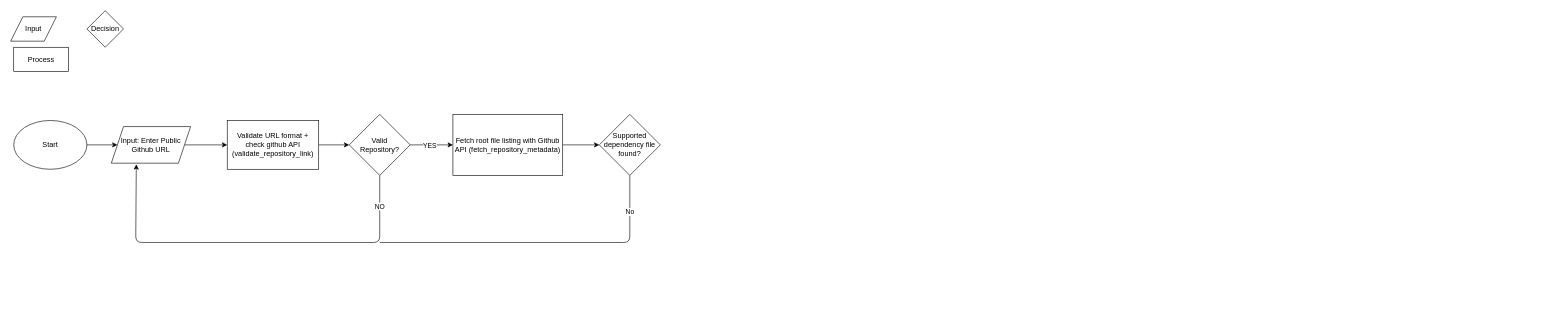
This is dependency_reader/script_flowchart.drawio from Torres08/MICAC_SoA_2026_SH, a draw.io file, before an edit. Source tidied: cells renumbered, new cells numbered last; positions are measured from the earlier drawing's top-left corner, leaving out a move shared by most shapes. Both pictures are drawn from the tidied source at 61%, with x=0, y=0 at pixel (10, 10).
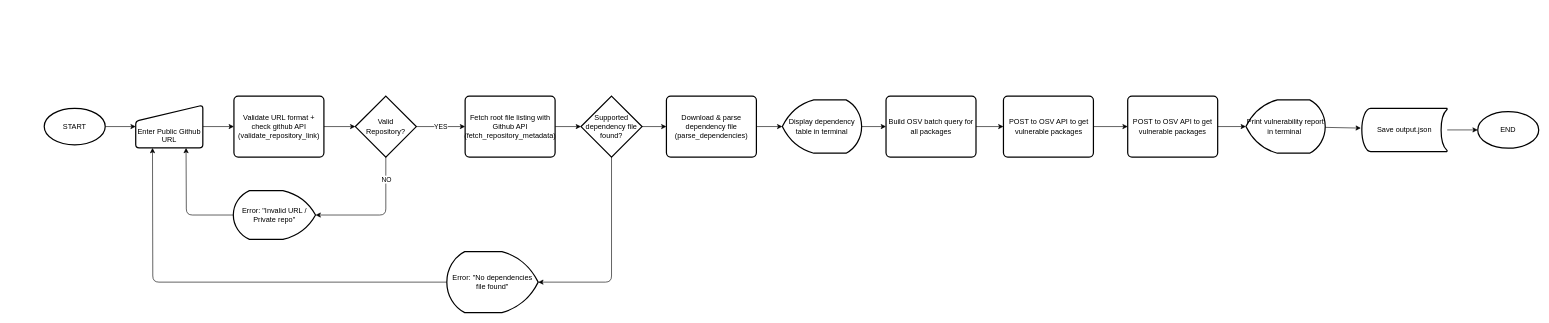
The same page after the edit.

Commit message (it also covers changes not shown here):
feat: adding the flowchart of API and python script

What changed in the source:
```diff
@@
-    <mxCell id="2" style="edgeStyle=none;html=1;entryX=0;entryY=0.5;entryDx=0;entryDy=0;" parent="1" edge="1" source="3" target="5">
-      <mxGeometry relative="1" as="geometry" />
-    </mxCell>
-    <mxCell id="3" value="Start" style="ellipse;whiteSpace=wrap;html=1;" parent="1" vertex="1">
-      <mxGeometry x="5" y="180" width="120" height="80" as="geometry" />
-    </mxCell>
-    <mxCell id="4" style="edgeStyle=none;html=1;entryX=0;entryY=0.5;entryDx=0;entryDy=0;" parent="1" edge="1" source="5" target="12">
-      <mxGeometry relative="1" as="geometry" />
-    </mxCell>
-    <mxCell id="5" value="Input: Enter Public Github URL" style="shape=parallelogram;perimeter=parallelogramPerimeter;whiteSpace=wrap;html=1;fixedSize=1;" parent="1" vertex="1">
-      <mxGeometry x="165" y="190" width="130" height="60" as="geometry" />
-    </mxCell>
-    <mxCell id="6" style="edgeStyle=none;html=1;entryX=0.315;entryY=1.031;entryDx=0;entryDy=0;entryPerimeter=0;" parent="1" edge="1" source="10" target="5">
-      <mxGeometry relative="1" as="geometry">
-        <Array as="points">
-          <mxPoint x="605" y="380" />
-          <mxPoint x="205" y="380" />
-        </Array>
-      </mxGeometry>
-    </mxCell>
+    <mxCell id="20" style="edgeStyle=none;html=1;entryX=0;entryY=0.5;entryDx=0;entryDy=0;" parent="1" edge="1" source="21" target="23">
+      <mxGeometry relative="1" as="geometry" />
+    </mxCell>
+    <mxCell id="21" value="START" style="strokeWidth=2;html=1;shape=mxgraph.flowchart.start_1;whiteSpace=wrap;" parent="1" vertex="1">
+      <mxGeometry x="55" y="160" width="100" height="60" as="geometry" />
+    </mxCell>
+    <mxCell id="22" style="edgeStyle=none;html=1;" parent="1" edge="1" source="23" target="12">
+      <mxGeometry relative="1" as="geometry" />
+    </mxCell>
+    <mxCell id="23" value="&lt;br&gt;&lt;br&gt;Enter Public Github URL" style="html=1;strokeWidth=2;shape=manualInput;whiteSpace=wrap;rounded=1;size=26;arcSize=11;" parent="1" vertex="1">
+      <mxGeometry x="205" y="155" width="110" height="70" as="geometry" />
+    </mxCell>
+    <mxCell id="11" style="edgeStyle=none;html=1;entryX=0;entryY=0.5;entryDx=0;entryDy=0;entryPerimeter=0;" parent="1" edge="1" source="12" target="10">
+      <mxGeometry relative="1" as="geometry" />
+    </mxCell>
+    <mxCell id="12" value="Validate URL format + check github API (validate_repository_link)" style="rounded=1;whiteSpace=wrap;html=1;absoluteArcSize=1;arcSize=14;strokeWidth=2;" parent="1" vertex="1">
+      <mxGeometry x="366" y="140" width="147.5" height="100" as="geometry" />
+    </mxCell>
+    <mxCell id="24" style="edgeStyle=none;html=1;entryX=0;entryY=0.5;entryDx=0;entryDy=0;entryPerimeter=0;" parent="1" edge="1" source="10" target="26">
+      <mxGeometry relative="1" as="geometry">
+        <Array as="points">
+          <mxPoint x="615" y="335" />
+        </Array>
+      </mxGeometry>
+    </mxCell>
-    <mxCell id="7" value="NO" style="edgeLabel;html=1;align=center;verticalAlign=middle;" parent="6" vertex="1">
-      <mxGeometry x="0.07" y="1" relative="1" as="geometry">
-        <mxPoint x="230" y="-61" as="offset" />
+    <mxCell id="7" value="NO" style="edgeLabel;html=1;align=center;verticalAlign=middle;" parent="24" vertex="1">
+      <mxGeometry x="-0.3" y="-3" relative="1" as="geometry">
+        <mxPoint x="3" y="-38" as="offset" />
       </mxGeometry>
     </mxCell>
-    <mxCell id="8" style="edgeStyle=none;html=1;entryX=0;entryY=0.5;entryDx=0;entryDy=0;" parent="1" edge="1" source="10" target="17">
-      <mxGeometry relative="1" as="geometry" />
-    </mxCell>
-    <mxCell id="9" value="YES" style="edgeLabel;html=1;align=center;verticalAlign=middle;" parent="8" vertex="1">
-      <mxGeometry x="-0.38" y="-1" relative="1" as="geometry">
-        <mxPoint x="9" y="-1" as="offset" />
-      </mxGeometry>
+    <mxCell id="9" value="YES" style="edgeStyle=none;html=1;entryX=0;entryY=0.5;entryDx=0;entryDy=0;" parent="1" edge="1" source="10" target="17">
+      <mxGeometry relative="1" as="geometry" />
     </mxCell>
-    <mxCell id="10" value="Valid&#10;Repository?" style="rhombus;whiteSpace=wrap;html=1;" parent="1" vertex="1">
-      <mxGeometry x="555" y="170" width="100" height="100" as="geometry" />
+    <mxCell id="10" value="Valid&lt;br&gt;Repository?" style="strokeWidth=2;html=1;shape=mxgraph.flowchart.decision;whiteSpace=wrap;" parent="1" vertex="1">
+      <mxGeometry x="565" y="140" width="100" height="100" as="geometry" />
     </mxCell>
-    <mxCell id="11" style="edgeStyle=none;html=1;entryX=0;entryY=0.5;entryDx=0;entryDy=0;" parent="1" edge="1" source="12" target="10">
-      <mxGeometry relative="1" as="geometry" />
-    </mxCell>
-    <mxCell id="12" value="Validate URL format + check github API (validate_repository_link)" style="rounded=0;whiteSpace=wrap;html=1;" parent="1" vertex="1">
-      <mxGeometry x="355" y="180" width="150" height="80" as="geometry" />
-    </mxCell>
-    <mxCell id="13" value="Input" style="shape=parallelogram;perimeter=parallelogramPerimeter;whiteSpace=wrap;html=1;fixedSize=1;" parent="1" vertex="1">
-      <mxGeometry y="10" width="75" height="40" as="geometry" />
-    </mxCell>
-    <mxCell id="14" value="Process" style="rounded=0;whiteSpace=wrap;html=1;" parent="1" vertex="1">
-      <mxGeometry x="5" y="60" width="90" height="40" as="geometry" />
-    </mxCell>
-    <mxCell id="15" value="Decision" style="rhombus;whiteSpace=wrap;html=1;" parent="1" vertex="1">
-      <mxGeometry x="125" width="60" height="60" as="geometry" />
-    </mxCell>
+    <mxCell id="25" style="edgeStyle=none;html=1;entryX=0.75;entryY=1;entryDx=0;entryDy=0;" parent="1" edge="1" source="26" target="23">
+      <mxGeometry relative="1" as="geometry">
+        <Array as="points">
+          <mxPoint x="288" y="335" />
+        </Array>
+      </mxGeometry>
+    </mxCell>
+    <mxCell id="26" value="Error: &quot;Invalid URL / Private repo&quot;" style="strokeWidth=2;html=1;shape=mxgraph.flowchart.display;whiteSpace=wrap;direction=west;" parent="1" vertex="1">
+      <mxGeometry x="365" y="295" width="134.8" height="80" as="geometry" />
+    </mxCell>
-    <mxCell id="16" style="edgeStyle=none;html=1;entryX=0;entryY=0.5;entryDx=0;entryDy=0;" parent="1" edge="1" source="17" target="18">
+    <mxCell id="16" style="edgeStyle=none;html=1;entryX=0;entryY=0.5;entryDx=0;entryDy=0;entryPerimeter=0;" parent="1" edge="1" source="17" target="18">
       <mxGeometry relative="1" as="geometry" />
     </mxCell>
-    <mxCell id="17" value="Fetch root file listing with Github API (fetch_repository_metadata)" style="rounded=0;whiteSpace=wrap;html=1;" parent="1" vertex="1">
-      <mxGeometry x="725" y="170" width="180" height="100" as="geometry" />
+    <mxCell id="17" value="Fetch root file listing with Github API (fetch_repository_metadata)" style="rounded=1;whiteSpace=wrap;html=1;absoluteArcSize=1;arcSize=14;strokeWidth=2;" parent="1" vertex="1">
+      <mxGeometry x="745" y="140" width="147.5" height="100" as="geometry" />
     </mxCell>
+    <mxCell id="27" style="edgeStyle=none;html=1;entryX=0;entryY=0.5;entryDx=0;entryDy=0;entryPerimeter=0;" parent="1" edge="1" source="18" target="30">
+      <mxGeometry relative="1" as="geometry">
+        <Array as="points">
+          <mxPoint x="985" y="445" />
+        </Array>
+      </mxGeometry>
+    </mxCell>
+    <mxCell id="28" style="edgeStyle=none;html=1;entryX=0;entryY=0.5;entryDx=0;entryDy=0;" parent="1" edge="1" source="18" target="32">
+      <mxGeometry relative="1" as="geometry" />
+    </mxCell>
-    <mxCell id="18" value="Supported dependency file found?" style="rhombus;whiteSpace=wrap;html=1;" parent="1" vertex="1">
-      <mxGeometry x="965" y="170" width="100" height="100" as="geometry" />
+    <mxCell id="18" value="Supported dependency file found?" style="strokeWidth=2;html=1;shape=mxgraph.flowchart.decision;whiteSpace=wrap;" parent="1" vertex="1">
+      <mxGeometry x="935" y="140" width="100" height="100" as="geometry" />
     </mxCell>
-    <mxCell id="19" value="No" style="endArrow=none;html=1;entryX=0.5;entryY=1;entryDx=0;entryDy=0;" parent="1" edge="1" target="18">
-      <mxGeometry x="0.77" relative="1" as="geometry">
-        <mxPoint x="605" y="380" as="sourcePoint" />
-        <Array as="points">
-          <mxPoint x="1015" y="380" />
-        </Array>
-      </mxGeometry>
-    </mxCell>
+    <mxCell id="29" style="edgeStyle=none;html=1;entryX=0.25;entryY=1;entryDx=0;entryDy=0;" parent="1" edge="1" source="30" target="23">
+      <mxGeometry relative="1" as="geometry">
+        <Array as="points">
+          <mxPoint x="233" y="445" />
+        </Array>
+      </mxGeometry>
+    </mxCell>
+    <mxCell id="30" value="Error: &quot;No dependencies file found&quot;" style="strokeWidth=2;html=1;shape=mxgraph.flowchart.display;whiteSpace=wrap;direction=west;" parent="1" vertex="1">
+      <mxGeometry x="715" y="395" width="149.8" height="100" as="geometry" />
+    </mxCell>
+    <mxCell id="31" style="edgeStyle=none;html=1;" parent="1" edge="1" source="32" target="34">
+      <mxGeometry relative="1" as="geometry" />
+    </mxCell>
+    <mxCell id="32" value="Download &amp;amp; parse dependency file (parse_dependencies)" style="rounded=1;whiteSpace=wrap;html=1;absoluteArcSize=1;arcSize=14;strokeWidth=2;" parent="1" vertex="1">
+      <mxGeometry x="1075" y="140" width="147.5" height="100" as="geometry" />
+    </mxCell>
+    <mxCell id="33" style="edgeStyle=none;html=1;entryX=0;entryY=0.5;entryDx=0;entryDy=0;" parent="1" edge="1" source="34" target="36">
+      <mxGeometry relative="1" as="geometry" />
+    </mxCell>
+    <mxCell id="34" value="Display dependency table in terminal" style="strokeWidth=2;html=1;shape=mxgraph.flowchart.display;whiteSpace=wrap;" parent="1" vertex="1">
+      <mxGeometry x="1265" y="146.2" width="130" height="87.5" as="geometry" />
+    </mxCell>
+    <mxCell id="35" style="edgeStyle=none;html=1;entryX=0;entryY=0.5;entryDx=0;entryDy=0;" parent="1" edge="1" source="36" target="38">
+      <mxGeometry relative="1" as="geometry" />
+    </mxCell>
+    <mxCell id="36" value="Build OSV batch query for all packages" style="rounded=1;whiteSpace=wrap;html=1;absoluteArcSize=1;arcSize=14;strokeWidth=2;" parent="1" vertex="1">
+      <mxGeometry x="1435" y="140" width="147.5" height="100" as="geometry" />
+    </mxCell>
+    <mxCell id="37" style="edgeStyle=none;html=1;entryX=0;entryY=0.5;entryDx=0;entryDy=0;" parent="1" edge="1" source="38" target="40">
+      <mxGeometry relative="1" as="geometry" />
+    </mxCell>
+    <mxCell id="38" value="POST to OSV API to get vulnerable packages" style="rounded=1;whiteSpace=wrap;html=1;absoluteArcSize=1;arcSize=14;strokeWidth=2;" parent="1" vertex="1">
+      <mxGeometry x="1627.5" y="140" width="147.5" height="100" as="geometry" />
+    </mxCell>
+    <mxCell id="39" style="edgeStyle=none;html=1;" parent="1" edge="1" source="40" target="42">
+      <mxGeometry relative="1" as="geometry" />
+    </mxCell>
+    <mxCell id="40" value="POST to OSV API to get vulnerable packages" style="rounded=1;whiteSpace=wrap;html=1;absoluteArcSize=1;arcSize=14;strokeWidth=2;" parent="1" vertex="1">
+      <mxGeometry x="1831.2" y="140" width="147.5" height="100" as="geometry" />
+    </mxCell>
+    <mxCell id="41" style="edgeStyle=none;html=1;entryX=0;entryY=0.5;entryDx=0;entryDy=0;" parent="1" edge="1" source="42">
+      <mxGeometry relative="1" as="geometry">
+        <mxPoint x="2213.4" y="192.5" as="targetPoint" />
+      </mxGeometry>
+    </mxCell>
+    <mxCell id="42" value="Print vulnerability report in terminal&amp;nbsp;" style="strokeWidth=2;html=1;shape=mxgraph.flowchart.display;whiteSpace=wrap;" parent="1" vertex="1">
+      <mxGeometry x="2025" y="146.2" width="130" height="87.5" as="geometry" />
+    </mxCell>
+    <mxCell id="43" style="edgeStyle=none;html=1;entryX=0;entryY=0.5;entryDx=0;entryDy=0;entryPerimeter=0;" parent="1" edge="1" source="44" target="45">
+      <mxGeometry relative="1" as="geometry" />
+    </mxCell>
+    <mxCell id="44" value="Save output.json" style="strokeWidth=2;html=1;shape=mxgraph.flowchart.stored_data;whiteSpace=wrap;" parent="1" vertex="1">
+      <mxGeometry x="2215" y="160" width="140" height="71" as="geometry" />
+    </mxCell>
+    <mxCell id="45" value="END" style="strokeWidth=2;html=1;shape=mxgraph.flowchart.start_1;whiteSpace=wrap;" parent="1" vertex="1">
+      <mxGeometry x="2405" y="165.5" width="100" height="60" as="geometry" />
+    </mxCell>
```
